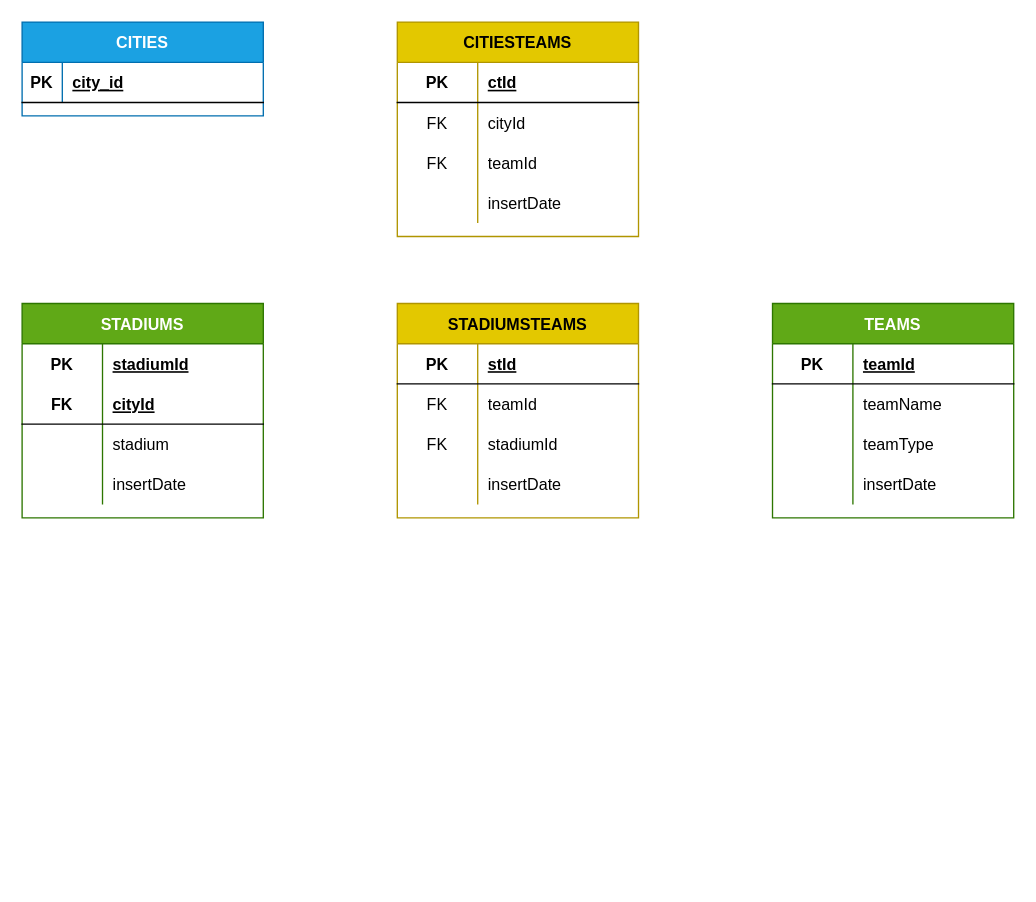
Above: soccer/DataModel/soccerModelConcept.drawio in r3card0/soccer.stats (draw.io), before the change. Source tidied: cells renumbered, new cells numbered last; positions are measured from the earlier drawing's top-left corner, leaving out a move shared by most shapes. Both pictures are drawn from the tidied source at 134%, with x=0, y=0 at pixel (21, 21).
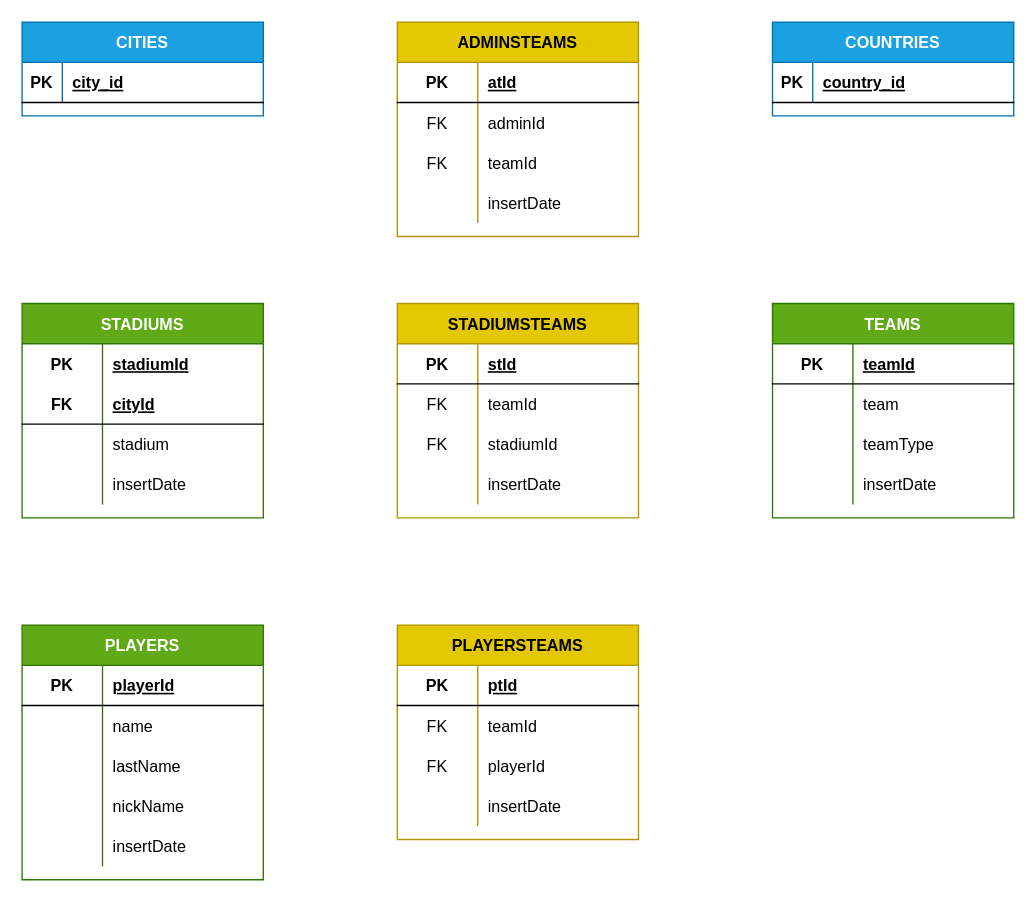
After the change.

Commit message:
added players and players teams

The change refers to these unchanged cells:
```xml
<mxCell id="6" style="shape=partialRectangle;fillColor=none;top=0;left=0;bottom=0;right=0;" parent="2" vertex="1">
  <mxGeometry y="60" width="180" height="30" as="geometry" />
</mxCell>
<mxCell id="46" style="shape=partialRectangle;fillColor=none;top=0;left=0;bottom=1;right=0;" parent="45" vertex="1">
  <mxGeometry y="30" width="180" height="30" as="geometry" />
</mxCell>
<mxCell id="49" style="shape=partialRectangle;fillColor=none;top=0;left=0;bottom=0;right=0;" parent="45" vertex="1">
  <mxGeometry y="60" width="180" height="30" as="geometry" />
</mxCell>
```

Change to the diagram source:
```diff
@@
-    <mxCell id="8" value="teamName" style="shape=partialRectangle;fillColor=none;top=0;left=0;bottom=0;right=0;align=left;spacingLeft=6;overflow=hidden;" parent="6" vertex="1">
+    <mxCell id="8" value="team" style="shape=partialRectangle;fillColor=none;top=0;left=0;bottom=0;right=0;align=left;spacingLeft=6;overflow=hidden;" parent="6" vertex="1">
       <mxGeometry x="60" width="120" height="30" as="geometry" />
     </mxCell>
@@
-    <mxCell id="45" value="CITIESTEAMS" style="shape=table;startSize=30;childLayout=tableLayout;rowLines=0;fontStyle=1;align=center;fillColor=#e3c800;fontColor=#000000;strokeColor=#B09500;" parent="1" vertex="1">
+    <mxCell id="45" value="ADMINSTEAMS" style="shape=table;startSize=30;childLayout=tableLayout;rowLines=0;fontStyle=1;align=center;fillColor=#e3c800;fontColor=#000000;strokeColor=#B09500;" parent="1" vertex="1">
       <mxGeometry x="280" width="180" height="160" as="geometry" />
     </mxCell>
@@
-    <mxCell id="48" value="ctId" style="shape=partialRectangle;fillColor=none;top=0;left=0;bottom=0;right=0;align=left;spacingLeft=6;fontStyle=5;overflow=hidden;" parent="46" vertex="1">
+    <mxCell id="48" value="atId" style="shape=partialRectangle;fillColor=none;top=0;left=0;bottom=0;right=0;align=left;spacingLeft=6;fontStyle=5;overflow=hidden;" parent="46" vertex="1">
       <mxGeometry x="60" width="120" height="30" as="geometry" />
     </mxCell>
@@
-    <mxCell id="51" value="cityId" style="shape=partialRectangle;fillColor=none;top=0;left=0;bottom=0;right=0;align=left;spacingLeft=6;overflow=hidden;" parent="49" vertex="1">
+    <mxCell id="51" value="adminId" style="shape=partialRectangle;fillColor=none;top=0;left=0;bottom=0;right=0;align=left;spacingLeft=6;overflow=hidden;" parent="49" vertex="1">
       <mxGeometry x="60" width="120" height="30" as="geometry" />
     </mxCell>
@@
+    <mxCell id="58" value="PLAYERS" style="shape=table;startSize=30;childLayout=tableLayout;rowLines=0;fontStyle=1;align=center;fillColor=#60a917;fontColor=#ffffff;strokeColor=#2D7600;" parent="1" vertex="1">
+      <mxGeometry y="450" width="180" height="190" as="geometry" />
+    </mxCell>
+    <mxCell id="59" style="shape=partialRectangle;fillColor=none;top=0;left=0;bottom=1;right=0;" parent="58" vertex="1">
+      <mxGeometry y="30" width="180" height="30" as="geometry" />
+    </mxCell>
+    <mxCell id="60" value="PK" style="shape=partialRectangle;fillColor=none;top=0;left=0;bottom=0;right=0;fontStyle=1;overflow=hidden;" parent="59" vertex="1">
+      <mxGeometry width="60" height="30" as="geometry" />
+    </mxCell>
+    <mxCell id="61" value="playerId" style="shape=partialRectangle;fillColor=none;top=0;left=0;bottom=0;right=0;align=left;spacingLeft=6;fontStyle=5;overflow=hidden;" parent="59" vertex="1">
+      <mxGeometry x="60" width="120" height="30" as="geometry" />
+    </mxCell>
+    <mxCell id="62" style="shape=partialRectangle;fillColor=none;top=0;left=0;bottom=0;right=0;" parent="58" vertex="1">
+      <mxGeometry y="60" width="180" height="30" as="geometry" />
+    </mxCell>
+    <mxCell id="63" style="shape=partialRectangle;fillColor=none;top=0;left=0;bottom=0;right=0;overflow=hidden;" parent="62" vertex="1">
+      <mxGeometry width="60" height="30" as="geometry" />
+    </mxCell>
+    <mxCell id="64" value="name" style="shape=partialRectangle;fillColor=none;top=0;left=0;bottom=0;right=0;align=left;spacingLeft=6;overflow=hidden;" parent="62" vertex="1">
+      <mxGeometry x="60" width="120" height="30" as="geometry" />
+    </mxCell>
+    <mxCell id="65" style="shape=partialRectangle;fillColor=none;top=0;left=0;bottom=0;right=0;" parent="58" vertex="1">
+      <mxGeometry y="90" width="180" height="30" as="geometry" />
+    </mxCell>
+    <mxCell id="66" style="shape=partialRectangle;fillColor=none;top=0;left=0;bottom=0;right=0;overflow=hidden;" parent="65" vertex="1">
+      <mxGeometry width="60" height="30" as="geometry" />
+    </mxCell>
+    <mxCell id="67" value="lastName" style="shape=partialRectangle;fillColor=none;top=0;left=0;bottom=0;right=0;align=left;spacingLeft=6;overflow=hidden;" parent="65" vertex="1">
+      <mxGeometry x="60" width="120" height="30" as="geometry" />
+    </mxCell>
+    <mxCell id="68" style="shape=partialRectangle;fillColor=none;top=0;left=0;bottom=0;right=0;" parent="58" vertex="1">
+      <mxGeometry y="120" width="180" height="30" as="geometry" />
+    </mxCell>
+    <mxCell id="69" style="shape=partialRectangle;fillColor=none;top=0;left=0;bottom=0;right=0;overflow=hidden;" parent="68" vertex="1">
+      <mxGeometry width="60" height="30" as="geometry" />
+    </mxCell>
+    <mxCell id="70" value="nickName" style="shape=partialRectangle;fillColor=none;top=0;left=0;bottom=0;right=0;align=left;spacingLeft=6;overflow=hidden;" parent="68" vertex="1">
+      <mxGeometry x="60" width="120" height="30" as="geometry" />
+    </mxCell>
+    <mxCell id="71" style="shape=partialRectangle;fillColor=none;top=0;left=0;bottom=0;right=0;" parent="58" vertex="1">
+      <mxGeometry y="150" width="180" height="30" as="geometry" />
+    </mxCell>
+    <mxCell id="72" style="shape=partialRectangle;fillColor=none;top=0;left=0;bottom=0;right=0;overflow=hidden;" parent="71" vertex="1">
+      <mxGeometry width="60" height="30" as="geometry" />
+    </mxCell>
+    <mxCell id="73" value="insertDate" style="shape=partialRectangle;fillColor=none;top=0;left=0;bottom=0;right=0;align=left;spacingLeft=6;overflow=hidden;" parent="71" vertex="1">
+      <mxGeometry x="60" width="120" height="30" as="geometry" />
+    </mxCell>
+    <mxCell id="74" value="PLAYERSTEAMS" style="shape=table;startSize=30;childLayout=tableLayout;rowLines=0;fontStyle=1;align=center;fillColor=#e3c800;fontColor=#000000;strokeColor=#B09500;" parent="1" vertex="1">
+      <mxGeometry x="280" y="450" width="180" height="160" as="geometry" />
+    </mxCell>
+    <mxCell id="75" style="shape=partialRectangle;fillColor=none;top=0;left=0;bottom=1;right=0;" parent="74" vertex="1">
+      <mxGeometry y="30" width="180" height="30" as="geometry" />
+    </mxCell>
+    <mxCell id="76" value="PK" style="shape=partialRectangle;fillColor=none;top=0;left=0;bottom=0;right=0;fontStyle=1;overflow=hidden;" parent="75" vertex="1">
+      <mxGeometry width="60" height="30" as="geometry" />
+    </mxCell>
+    <mxCell id="77" value="ptId" style="shape=partialRectangle;fillColor=none;top=0;left=0;bottom=0;right=0;align=left;spacingLeft=6;fontStyle=5;overflow=hidden;" parent="75" vertex="1">
+      <mxGeometry x="60" width="120" height="30" as="geometry" />
+    </mxCell>
+    <mxCell id="78" style="shape=partialRectangle;fillColor=none;top=0;left=0;bottom=0;right=0;" parent="74" vertex="1">
+      <mxGeometry y="60" width="180" height="30" as="geometry" />
+    </mxCell>
+    <mxCell id="79" value="FK" style="shape=partialRectangle;fillColor=none;top=0;left=0;bottom=0;right=0;overflow=hidden;" parent="78" vertex="1">
+      <mxGeometry width="60" height="30" as="geometry" />
+    </mxCell>
+    <mxCell id="80" value="teamId" style="shape=partialRectangle;fillColor=none;top=0;left=0;bottom=0;right=0;align=left;spacingLeft=6;overflow=hidden;" parent="78" vertex="1">
+      <mxGeometry x="60" width="120" height="30" as="geometry" />
+    </mxCell>
+    <mxCell id="81" style="shape=partialRectangle;fillColor=none;top=0;left=0;bottom=0;right=0;" parent="74" vertex="1">
+      <mxGeometry y="90" width="180" height="30" as="geometry" />
+    </mxCell>
+    <mxCell id="82" value="FK" style="shape=partialRectangle;fillColor=none;top=0;left=0;bottom=0;right=0;overflow=hidden;" parent="81" vertex="1">
+      <mxGeometry width="60" height="30" as="geometry" />
+    </mxCell>
+    <mxCell id="83" value="playerId" style="shape=partialRectangle;fillColor=none;top=0;left=0;bottom=0;right=0;align=left;spacingLeft=6;overflow=hidden;" parent="81" vertex="1">
+      <mxGeometry x="60" width="120" height="30" as="geometry" />
+    </mxCell>
+    <mxCell id="84" style="shape=partialRectangle;fillColor=none;top=0;left=0;bottom=0;right=0;" parent="74" vertex="1">
+      <mxGeometry y="120" width="180" height="30" as="geometry" />
+    </mxCell>
+    <mxCell id="85" style="shape=partialRectangle;fillColor=none;top=0;left=0;bottom=0;right=0;overflow=hidden;" parent="84" vertex="1">
+      <mxGeometry width="60" height="30" as="geometry" />
+    </mxCell>
+    <mxCell id="86" value="insertDate" style="shape=partialRectangle;fillColor=none;top=0;left=0;bottom=0;right=0;align=left;spacingLeft=6;overflow=hidden;" parent="84" vertex="1">
+      <mxGeometry x="60" width="120" height="30" as="geometry" />
+    </mxCell>
+    <mxCell id="87" value="COUNTRIES" style="shape=table;startSize=30;childLayout=tableLayout;rowLines=0;fontStyle=1;align=center;fillColor=#1ba1e2;fontColor=#ffffff;strokeColor=#006EAF;" parent="1" vertex="1">
+      <mxGeometry x="560" width="180" height="70" as="geometry" />
+    </mxCell>
+    <mxCell id="88" style="shape=partialRectangle;fillColor=none;top=0;left=0;bottom=1;right=0;" parent="87" vertex="1">
+      <mxGeometry y="30" width="180" height="30" as="geometry" />
+    </mxCell>
+    <mxCell id="89" value="PK" style="shape=partialRectangle;fillColor=none;top=0;left=0;bottom=0;right=0;fontStyle=1;overflow=hidden;" parent="88" vertex="1">
+      <mxGeometry width="30" height="30" as="geometry" />
+    </mxCell>
+    <mxCell id="90" value="country_id" style="shape=partialRectangle;fillColor=none;top=0;left=0;bottom=0;right=0;align=left;spacingLeft=6;fontStyle=5;overflow=hidden;" parent="88" vertex="1">
+      <mxGeometry x="30" width="150" height="30" as="geometry" />
+    </mxCell>
```
